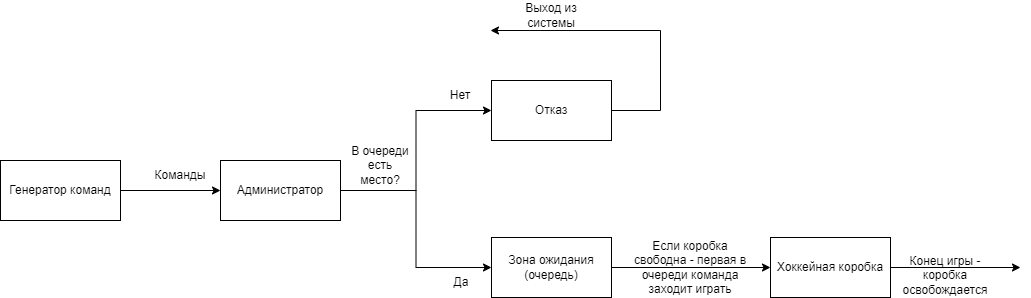
Above: структурная схема функционирования.drawio.png in BelyaevIvan/IMDP_IU5-73B (draw.io), before the change. Source tidied: cells renumbered, new cells last; positions are measured from the earlier drawing's top-left corner, leaving out a move shared by most shapes.
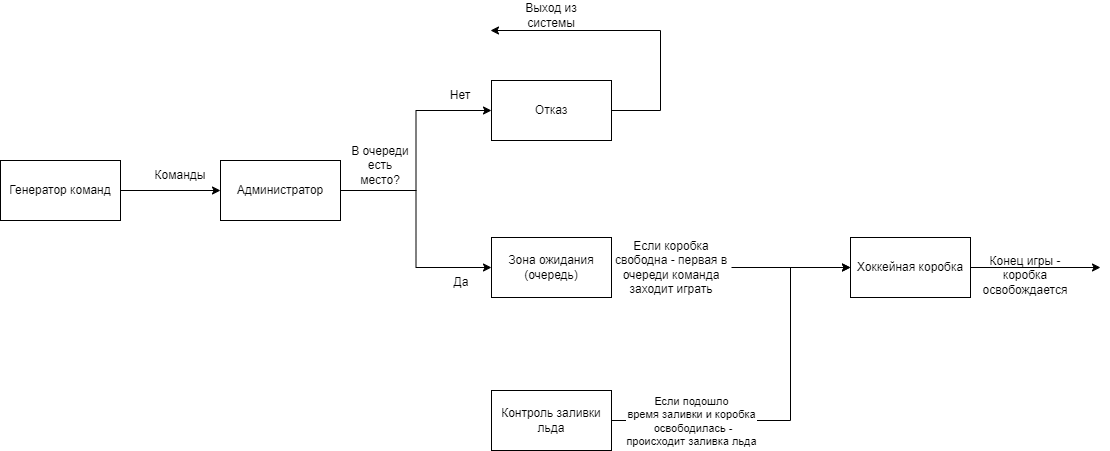
After the change.

Commit message:
добавил параллельный процесс заливки льда

Change to the diagram source:
```diff
@@ -15,7 +15,7 @@
       <mxGeometry x="491" y="80" width="120" height="60" as="geometry" />
     </mxCell>
     <mxCell id="6" value="Хоккейная коробка" style="rounded=0;whiteSpace=wrap;html=1;" parent="1" vertex="1">
-      <mxGeometry x="770" y="237" width="120" height="60" as="geometry" />
+      <mxGeometry x="850" y="237" width="120" height="60" as="geometry" />
     </mxCell>
     <mxCell id="7" style="endArrow=classic;html=1;rounded=0;entryX=0;entryY=0.5;entryDx=0;entryDy=0;exitX=1;exitY=0.5;exitDx=0;exitDy=0;" parent="1" edge="1" source="2" target="3">
       <mxGeometry relative="1" as="geometry" />
@@ -50,19 +50,38 @@
     <mxCell id="15" value="Выход из системы" style="text;html=1;strokeColor=none;fillColor=none;align=center;verticalAlign=middle;whiteSpace=wrap;rounded=0;" parent="1" vertex="1">
       <mxGeometry x="521" width="60" height="30" as="geometry" />
     </mxCell>
-    <mxCell id="16" style="endArrow=classic;html=1;rounded=0;exitX=1;exitY=0.5;exitDx=0;exitDy=0;entryX=0;entryY=0.5;entryDx=0;entryDy=0;" parent="1" edge="1" source="4" target="6">
+    <mxCell id="16" style="endArrow=classic;html=1;rounded=0;exitX=1;exitY=0.5;exitDx=0;exitDy=0;entryX=0;entryY=0.5;entryDx=0;entryDy=0;" parent="1" edge="1" source="17" target="6">
       <mxGeometry relative="1" as="geometry" />
     </mxCell>
-    <mxCell id="17" value="Если коробка свободна - первая в очереди команда заходит играть" style="text;html=1;strokeColor=none;fillColor=none;align=center;verticalAlign=middle;whiteSpace=wrap;rounded=0;" parent="1" vertex="1">
-      <mxGeometry x="630" y="252" width="120" height="30" as="geometry" />
-    </mxCell>
     <mxCell id="18" value="Конец игры - коробка освобождается" style="text;html=1;strokeColor=none;fillColor=none;align=center;verticalAlign=middle;whiteSpace=wrap;rounded=0;" parent="1" vertex="1">
-      <mxGeometry x="890" y="260" width="110" height="30" as="geometry" />
+      <mxGeometry x="970" y="260" width="110" height="30" as="geometry" />
     </mxCell>
     <mxCell id="19" style="endArrow=classic;html=1;rounded=0;exitX=1;exitY=0.5;exitDx=0;exitDy=0;" parent="1" edge="1" source="6">
       <mxGeometry relative="1" as="geometry">
-        <mxPoint x="1020" y="267" as="targetPoint" />
+        <mxPoint x="1100" y="267" as="targetPoint" />
       </mxGeometry>
     </mxCell>
+    <mxCell id="20" style="edgeStyle=orthogonalEdgeStyle;rounded=0;jettySize=auto;html=1;exitX=1;exitY=0.5;exitDx=0;exitDy=0;entryX=0;entryY=0.5;entryDx=0;entryDy=0;" parent="1" edge="1" source="22" target="6">
+      <mxGeometry relative="1" as="geometry">
+        <Array as="points">
+          <mxPoint x="790" y="420" />
+          <mxPoint x="790" y="267" />
+        </Array>
+      </mxGeometry>
+    </mxCell>
+    <mxCell id="21" value="Если подошло &lt;br&gt;время&amp;nbsp;заливки и коробка&lt;br&gt;&amp;nbsp;освободилась - &lt;br&gt;происходит заливка льда" style="edgeLabel;html=1;align=center;verticalAlign=middle;" parent="20" vertex="1">
+      <mxGeometry x="-0.52" y="4" relative="1" as="geometry">
+        <mxPoint x="-16" y="4" as="offset" />
+      </mxGeometry>
+    </mxCell>
+    <mxCell id="22" value="Контроль заливки льда" style="rounded=0;whiteSpace=wrap;html=1;" parent="1" vertex="1">
+      <mxGeometry x="491" y="390" width="120" height="60" as="geometry" />
+    </mxCell>
+    <mxCell id="23" style="endArrow=classic;html=1;rounded=0;exitX=1;exitY=0.5;exitDx=0;exitDy=0;entryX=0;entryY=0.5;entryDx=0;entryDy=0;" parent="1" edge="1" source="4" target="17">
+      <mxGeometry relative="1" as="geometry" />
+    </mxCell>
+    <mxCell id="17" value="Если коробка свободна - первая в очереди команда заходит играть" style="text;html=1;strokeColor=none;fillColor=none;align=center;verticalAlign=middle;whiteSpace=wrap;rounded=0;" parent="1" vertex="1">
+      <mxGeometry x="611" y="252" width="120" height="30" as="geometry" />
+    </mxCell>
   </root>
 </mxGraphModel>
```
